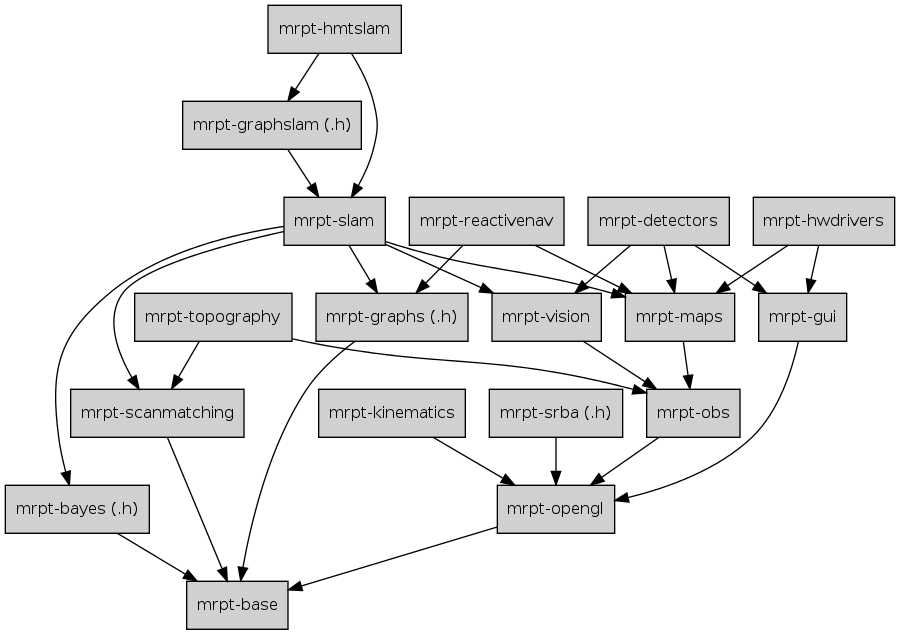
This is doc/design_of_images/graph_mrpt_libs.png from MRPT/mrpt, a Graphviz export, as it was before one commit. Its source is kept beside it as doc/design_of_images/graph_mrpt_libs.dot.
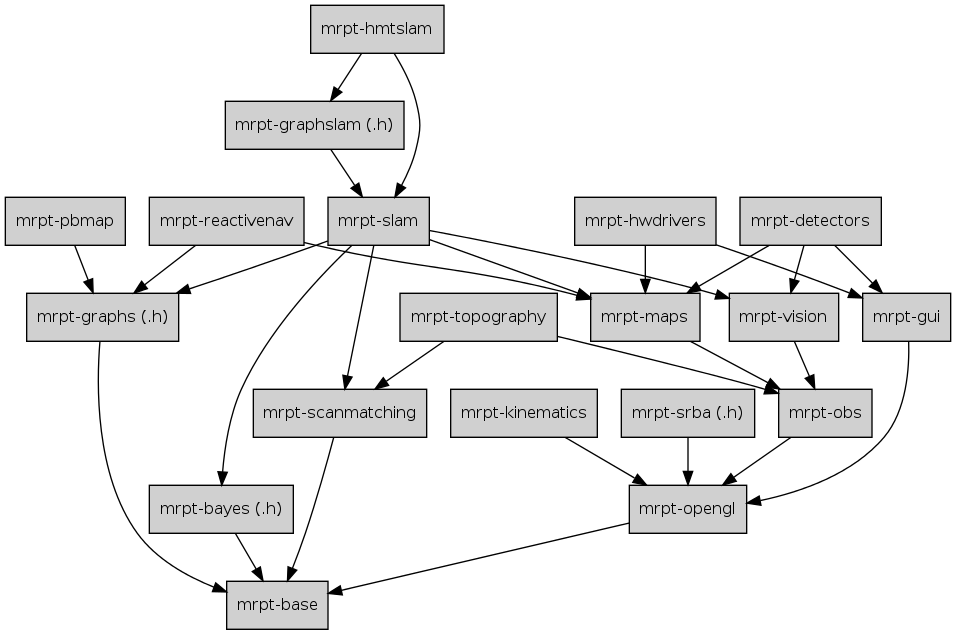
Above is the later version.

Change to the diagram source:
```diff
@@ -26,7 +26,12 @@
 
 	srba	[label="mrpt-srba (.h)",URL="group__mrpt__srba__grp.html"];
 
+	pbmap    [label="mrpt-pbmap",URL="group__mrpt__pbmap__grp.html"];
+
+
 	srba -> opengl;
+
+	pbmap -> graphs;
 
 	kinematics  -> opengl;
 
```
